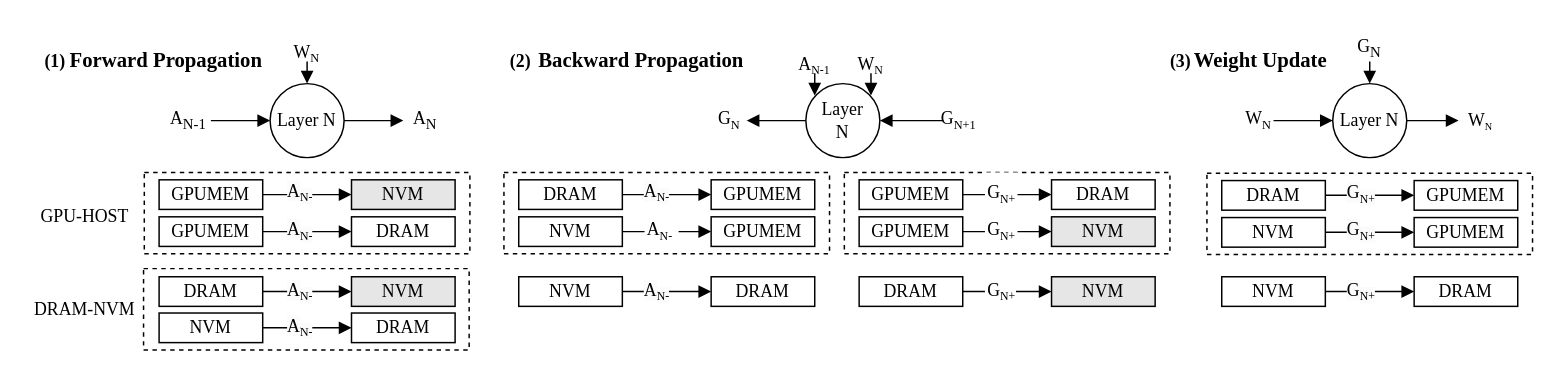
Earlier version of the draw.io diagram fig/pipeline.drawio (icszhr/NCheck). Source tidied: cells renumbered, new cells numbered last; positions are measured from the earlier drawing's top-left corner, leaving out a move shared by most shapes. Both pictures are drawn from the tidied source at 148%, with x=0, y=0 at pixel (25, 25).
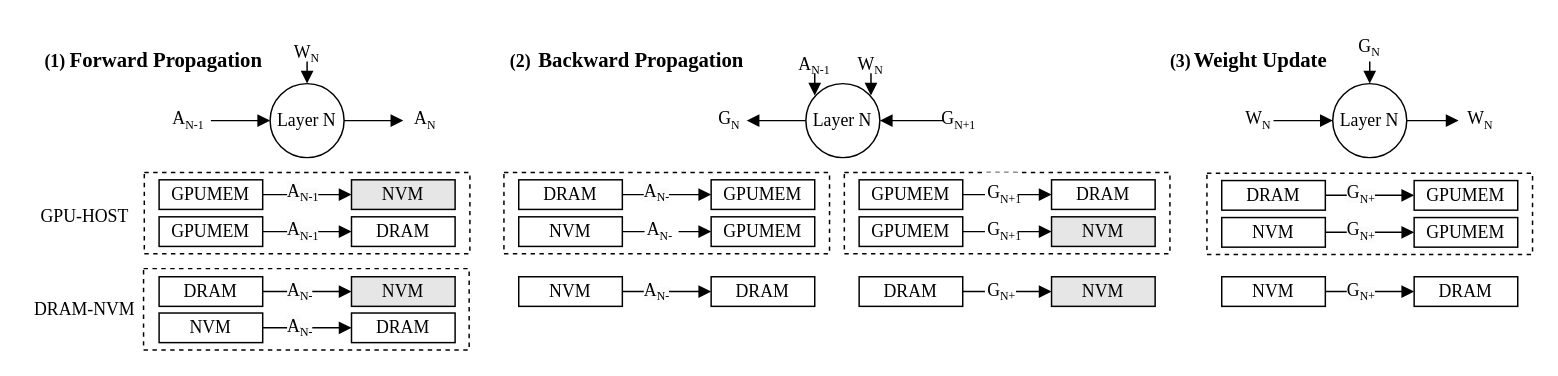
Above is the later version.

Change to the diagram source:
```diff
@@
-    <mxCell id="11" value="W&lt;span style=&quot;font-size: 10px;&quot;&gt;&lt;sub&gt;N&lt;/sub&gt;&lt;/span&gt;" style="text;html=1;align=center;verticalAlign=middle;whiteSpace=wrap;rounded=0;fontFamily=Times New Roman;" parent="1" vertex="1">
+    <mxCell id="11" value="W&lt;sub style=&quot;&quot;&gt;&lt;font style=&quot;font-size: 8px;&quot;&gt;N&lt;/font&gt;&lt;/sub&gt;" style="text;html=1;align=center;verticalAlign=middle;whiteSpace=wrap;rounded=0;fontFamily=Times New Roman;" parent="1" vertex="1">
       <mxGeometry x="185" y="4" width="10" height="30" as="geometry" />
     </mxCell>
-    <mxCell id="12" value="A&lt;sub&gt;N&lt;/sub&gt;" style="text;html=1;align=center;verticalAlign=middle;whiteSpace=wrap;rounded=0;fontFamily=Times New Roman;" parent="1" vertex="1">
+    <mxCell id="12" value="A&lt;sub&gt;&lt;font style=&quot;font-size: 8px;&quot;&gt;N&lt;/font&gt;&lt;/sub&gt;" style="text;html=1;align=center;verticalAlign=middle;whiteSpace=wrap;rounded=0;fontFamily=Times New Roman;" parent="1" vertex="1">
       <mxGeometry x="255" y="49" width="30" height="30" as="geometry" />
     </mxCell>
@@
-    <mxCell id="16" value="&lt;span style=&quot;color: rgb(0, 0, 0); font-size: 12px; font-style: normal; font-variant-ligatures: normal; font-variant-caps: normal; font-weight: 400; letter-spacing: normal; orphans: 2; text-align: center; text-indent: 0px; text-transform: none; widows: 2; word-spacing: 0px; -webkit-text-stroke-width: 0px; white-space: normal; background-color: rgb(251, 251, 251); text-decoration-thickness: initial; text-decoration-style: initial; text-decoration-color: initial; float: none; display: inline !important;&quot;&gt;A&lt;/span&gt;&lt;sub style=&quot;forced-color-adjust: none; color: rgb(0, 0, 0); font-style: normal; font-variant-ligatures: normal; font-variant-caps: normal; font-weight: 400; letter-spacing: normal; orphans: 2; text-align: center; text-indent: 0px; text-transform: none; widows: 2; word-spacing: 0px; -webkit-text-stroke-width: 0px; white-space: normal; background-color: rgb(251, 251, 251); text-decoration-thickness: initial; text-decoration-style: initial; text-decoration-color: initial;&quot;&gt;&lt;font style=&quot;font-size: 8px;&quot;&gt;N-&lt;/font&gt;&lt;/sub&gt;" style="text;whiteSpace=wrap;html=1;fontFamily=Times New Roman;" parent="1" vertex="1">
+    <mxCell id="16" value="&lt;span style=&quot;color: rgb(0, 0, 0); font-size: 12px; font-style: normal; font-variant-ligatures: normal; font-variant-caps: normal; font-weight: 400; letter-spacing: normal; orphans: 2; text-align: center; text-indent: 0px; text-transform: none; widows: 2; word-spacing: 0px; -webkit-text-stroke-width: 0px; white-space: normal; background-color: rgb(251, 251, 251); text-decoration-thickness: initial; text-decoration-style: initial; text-decoration-color: initial; float: none; display: inline !important;&quot;&gt;A&lt;/span&gt;&lt;sub style=&quot;forced-color-adjust: none; color: rgb(0, 0, 0); font-style: normal; font-variant-ligatures: normal; font-variant-caps: normal; font-weight: 400; letter-spacing: normal; orphans: 2; text-align: center; text-indent: 0px; text-transform: none; widows: 2; word-spacing: 0px; -webkit-text-stroke-width: 0px; white-space: normal; background-color: rgb(251, 251, 251); text-decoration-thickness: initial; text-decoration-style: initial; text-decoration-color: initial;&quot;&gt;&lt;font style=&quot;font-size: 8px;&quot;&gt;N-1&lt;/font&gt;&lt;/sub&gt;" style="text;whiteSpace=wrap;html=1;fontFamily=Times New Roman;" parent="1" vertex="1">
       <mxGeometry x="175" y="98" width="30" height="30" as="geometry" />
     </mxCell>
@@
-    <mxCell id="21" value="A&lt;sub&gt;N-1&lt;/sub&gt;" style="text;html=1;align=center;verticalAlign=middle;whiteSpace=wrap;rounded=0;fontFamily=Times New Roman;" parent="1" vertex="1">
+    <mxCell id="21" value="A&lt;sub&gt;&lt;font style=&quot;font-size: 8px;&quot;&gt;N-1&lt;/font&gt;&lt;/sub&gt;" style="text;html=1;align=center;verticalAlign=middle;whiteSpace=wrap;rounded=0;fontFamily=Times New Roman;" parent="1" vertex="1">
       <mxGeometry x="90" y="49" width="40" height="30" as="geometry" />
     </mxCell>
@@
-    <mxCell id="26" value="G&lt;sub&gt;N&lt;/sub&gt;" style="text;html=1;align=center;verticalAlign=middle;whiteSpace=wrap;rounded=0;fontFamily=Times New Roman;" parent="1" vertex="1">
+    <mxCell id="26" value="G&lt;sub&gt;&lt;font style=&quot;font-size: 8px;&quot;&gt;N&lt;/font&gt;&lt;/sub&gt;" style="text;html=1;align=center;verticalAlign=middle;whiteSpace=wrap;rounded=0;fontFamily=Times New Roman;" parent="1" vertex="1">
       <mxGeometry x="878" width="60" height="30" as="geometry" />
     </mxCell>
-    <mxCell id="27" value="W&lt;span style=&quot;font-size: 8.33333px;&quot;&gt;&lt;sub&gt;N&lt;/sub&gt;&lt;/span&gt;" style="text;html=1;align=center;verticalAlign=middle;whiteSpace=wrap;rounded=0;fontFamily=Times New Roman;" parent="1" vertex="1">
+    <mxCell id="27" value="W&lt;sub style=&quot;&quot;&gt;&lt;font style=&quot;font-size: 8px;&quot;&gt;N&lt;/font&gt;&lt;/sub&gt;" style="text;html=1;align=center;verticalAlign=middle;whiteSpace=wrap;rounded=0;fontFamily=Times New Roman;" parent="1" vertex="1">
       <mxGeometry x="978" y="49" width="10" height="30" as="geometry" />
     </mxCell>
-    <mxCell id="28" value="W&lt;span style=&quot;font-size: 10px;&quot;&gt;&lt;sub&gt;N&lt;/sub&gt;&lt;/span&gt;" style="text;html=1;align=center;verticalAlign=middle;whiteSpace=wrap;rounded=0;fontFamily=Times New Roman;" parent="1" vertex="1">
+    <mxCell id="28" value="W&lt;sub style=&quot;&quot;&gt;&lt;font style=&quot;font-size: 8px;&quot;&gt;N&lt;/font&gt;&lt;/sub&gt;" style="text;html=1;align=center;verticalAlign=middle;whiteSpace=wrap;rounded=0;fontFamily=Times New Roman;" parent="1" vertex="1">
       <mxGeometry x="828" y="49" width="10" height="30" as="geometry" />
     </mxCell>
@@
-    <mxCell id="48" value="&lt;span style=&quot;color: rgb(0, 0, 0); font-size: 12px; font-style: normal; font-variant-ligatures: normal; font-variant-caps: normal; font-weight: 400; letter-spacing: normal; orphans: 2; text-align: center; text-indent: 0px; text-transform: none; widows: 2; word-spacing: 0px; -webkit-text-stroke-width: 0px; white-space: normal; background-color: rgb(251, 251, 251); text-decoration-thickness: initial; text-decoration-style: initial; text-decoration-color: initial; float: none; display: inline !important;&quot;&gt;A&lt;/span&gt;&lt;sub style=&quot;forced-color-adjust: none; color: rgb(0, 0, 0); font-style: normal; font-variant-ligatures: normal; font-variant-caps: normal; font-weight: 400; letter-spacing: normal; orphans: 2; text-align: center; text-indent: 0px; text-transform: none; widows: 2; word-spacing: 0px; -webkit-text-stroke-width: 0px; white-space: normal; background-color: rgb(251, 251, 251); text-decoration-thickness: initial; text-decoration-style: initial; text-decoration-color: initial;&quot;&gt;&lt;font style=&quot;font-size: 8px;&quot;&gt;N-&lt;/font&gt;&lt;/sub&gt;" style="text;whiteSpace=wrap;html=1;fontFamily=Times New Roman;" parent="1" vertex="1">
+    <mxCell id="48" value="&lt;span style=&quot;color: rgb(0, 0, 0); font-size: 12px; font-style: normal; font-variant-ligatures: normal; font-variant-caps: normal; font-weight: 400; letter-spacing: normal; orphans: 2; text-align: center; text-indent: 0px; text-transform: none; widows: 2; word-spacing: 0px; -webkit-text-stroke-width: 0px; white-space: normal; background-color: rgb(251, 251, 251); text-decoration-thickness: initial; text-decoration-style: initial; text-decoration-color: initial; float: none; display: inline !important;&quot;&gt;A&lt;/span&gt;&lt;sub style=&quot;forced-color-adjust: none; color: rgb(0, 0, 0); font-style: normal; font-variant-ligatures: normal; font-variant-caps: normal; font-weight: 400; letter-spacing: normal; orphans: 2; text-align: center; text-indent: 0px; text-transform: none; widows: 2; word-spacing: 0px; -webkit-text-stroke-width: 0px; white-space: normal; background-color: rgb(251, 251, 251); text-decoration-thickness: initial; text-decoration-style: initial; text-decoration-color: initial;&quot;&gt;&lt;font style=&quot;font-size: 8px;&quot;&gt;N-1&lt;/font&gt;&lt;/sub&gt;" style="text;whiteSpace=wrap;html=1;fontFamily=Times New Roman;" parent="1" vertex="1">
       <mxGeometry x="175" y="124" width="30" height="30" as="geometry" />
     </mxCell>
@@
-    <mxCell id="53" value="&lt;div style=&quot;text-align: center;&quot;&gt;G&lt;sub&gt;&lt;font style=&quot;font-size: 8px;&quot;&gt;N+&lt;/font&gt;&lt;/sub&gt;&lt;br&gt;&lt;/div&gt;" style="text;whiteSpace=wrap;html=1;fillColor=default;fontFamily=Times New Roman;" parent="1" vertex="1">
+    <mxCell id="53" value="&lt;div style=&quot;text-align: center;&quot;&gt;G&lt;sub&gt;&lt;font style=&quot;font-size: 8px;&quot;&gt;N+1&lt;/font&gt;&lt;/sub&gt;&lt;br&gt;&lt;/div&gt;" style="text;whiteSpace=wrap;html=1;fillColor=default;fontFamily=Times New Roman;" parent="1" vertex="1">
       <mxGeometry x="648" y="99" width="22" height="30" as="geometry" />
     </mxCell>
@@
-    <mxCell id="58" value="&lt;div style=&quot;text-align: center;&quot;&gt;G&lt;sub&gt;&lt;font style=&quot;font-size: 8px;&quot;&gt;N+&lt;/font&gt;&lt;/sub&gt;&lt;br&gt;&lt;/div&gt;" style="text;whiteSpace=wrap;html=1;fillColor=default;fontFamily=Times New Roman;" parent="1" vertex="1">
+    <mxCell id="58" value="&lt;div style=&quot;text-align: center;&quot;&gt;G&lt;sub&gt;&lt;font style=&quot;font-size: 8px;&quot;&gt;N+1&lt;/font&gt;&lt;/sub&gt;&lt;br&gt;&lt;/div&gt;" style="text;whiteSpace=wrap;html=1;fillColor=default;fontFamily=Times New Roman;" parent="1" vertex="1">
       <mxGeometry x="648" y="124" width="22" height="20" as="geometry" />
     </mxCell>
@@
-    <mxCell id="79" value="Layer&lt;div&gt;N&lt;/div&gt;" style="ellipse;whiteSpace=wrap;html=1;fontFamily=Times New Roman;" parent="1" vertex="1">
+    <mxCell id="79" value="Layer N" style="ellipse;whiteSpace=wrap;html=1;fontFamily=Times New Roman;" parent="1" vertex="1">
       <mxGeometry x="527" y="39" width="50" height="50" as="geometry" />
     </mxCell>
-    <mxCell id="80" value="G&lt;span style=&quot;font-size: 10px;&quot;&gt;&lt;sub&gt;N&lt;/sub&gt;&lt;/span&gt;" style="text;html=1;align=center;verticalAlign=middle;whiteSpace=wrap;rounded=0;fontFamily=Times New Roman;" parent="1" vertex="1">
+    <mxCell id="80" value="G&lt;sub style=&quot;&quot;&gt;&lt;font style=&quot;font-size: 8px;&quot;&gt;N&lt;/font&gt;&lt;/sub&gt;" style="text;html=1;align=center;verticalAlign=middle;whiteSpace=wrap;rounded=0;fontFamily=Times New Roman;" parent="1" vertex="1">
       <mxGeometry x="463" y="49" width="25" height="30" as="geometry" />
     </mxCell>
@@
-    <mxCell id="85" value="G&lt;span style=&quot;font-size: 10px;&quot;&gt;&lt;sub&gt;N+1&lt;/sub&gt;&lt;/span&gt;" style="text;html=1;align=center;verticalAlign=middle;whiteSpace=wrap;rounded=0;fontFamily=Times New Roman;" parent="1" vertex="1">
+    <mxCell id="85" value="G&lt;sub style=&quot;&quot;&gt;&lt;font style=&quot;font-size: 8px;&quot;&gt;N+1&lt;/font&gt;&lt;/sub&gt;" style="text;html=1;align=center;verticalAlign=middle;whiteSpace=wrap;rounded=0;fontFamily=Times New Roman;" parent="1" vertex="1">
       <mxGeometry x="618" y="49" width="25" height="30" as="geometry" />
     </mxCell>
```
